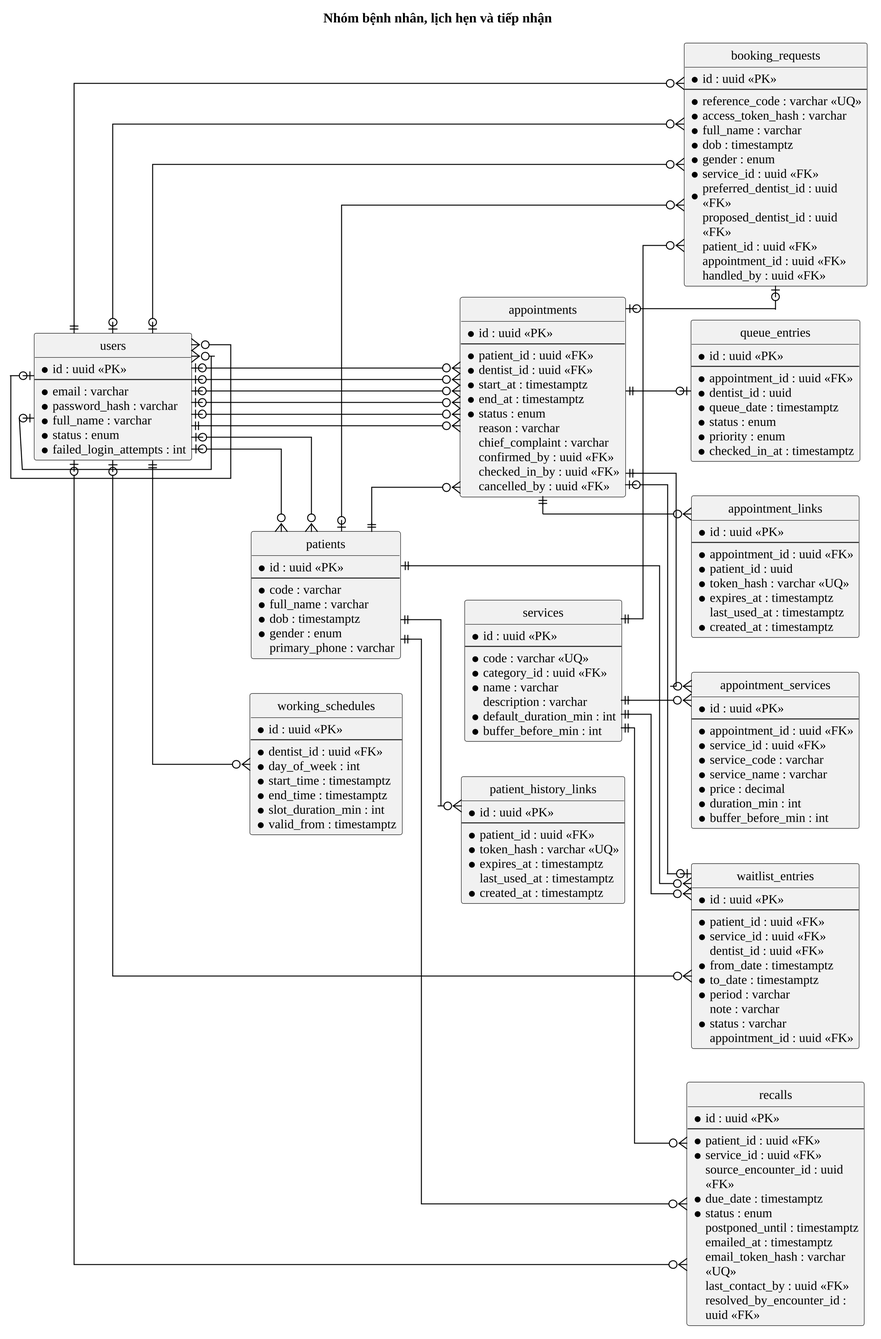
This is docs/10_Thesis/bao-cao/hinh/3-2-erd-benh-nhan-lich-hen.png from Trantuan0310/dental-clinic-nestjs-react, a PlantUML export, as it was before one commit.
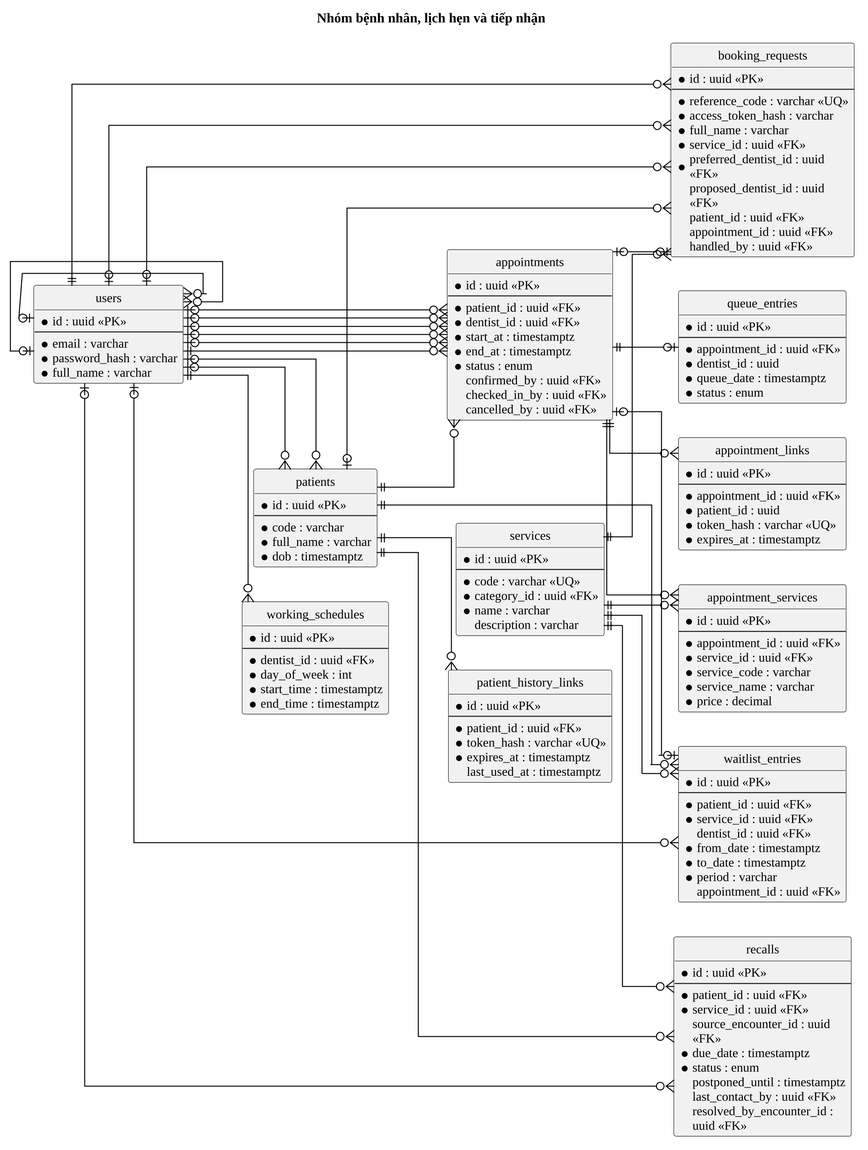
Later version of the same file.

The edit, as a diff of the source:
```diff
@@ -12,8 +12,6 @@
   * code : varchar
   * full_name : varchar
   * dob : timestamptz
-  * gender : enum
-  primary_phone : varchar
 }
 entity "appointments" as Appointment {
   * id : uuid <<PK>>
@@ -23,8 +21,6 @@
   * start_at : timestamptz
   * end_at : timestamptz
   * status : enum
-  reason : varchar
-  chief_complaint : varchar
   confirmed_by : uuid <<FK>>
   checked_in_by : uuid <<FK>>
   cancelled_by : uuid <<FK>>
@@ -37,8 +33,6 @@
   * service_code : varchar
   * service_name : varchar
   * price : decimal
-  * duration_min : int
-  * buffer_before_min : int
 }
 entity "services" as Service {
   * id : uuid <<PK>>
@@ -47,8 +41,6 @@
   * category_id : uuid <<FK>>
   * name : varchar
   description : varchar
-  * default_duration_min : int
-  * buffer_before_min : int
 }
 entity "booking_requests" as BookingRequest {
   * id : uuid <<PK>>
@@ -56,8 +48,6 @@
   * reference_code : varchar <<UQ>>
   * access_token_hash : varchar
   * full_name : varchar
-  * dob : timestamptz
-  * gender : enum
   * service_id : uuid <<FK>>
   * preferred_dentist_id : uuid <<FK>>
   proposed_dentist_id : uuid <<FK>>
@@ -72,8 +62,6 @@
   * dentist_id : uuid
   * queue_date : timestamptz
   * status : enum
-  * priority : enum
-  * checked_in_at : timestamptz
 }
 entity "working_schedules" as WorkingSchedule {
   * id : uuid <<PK>>
@@ -82,8 +70,6 @@
   * day_of_week : int
   * start_time : timestamptz
   * end_time : timestamptz
-  * slot_duration_min : int
-  * valid_from : timestamptz
 }
 entity "appointment_links" as AppointmentLink {
   * id : uuid <<PK>>
@@ -92,8 +78,6 @@
   * patient_id : uuid
   * token_hash : varchar <<UQ>>
   * expires_at : timestamptz
-  last_used_at : timestamptz
-  * created_at : timestamptz
 }
 entity "patient_history_links" as PatientHistoryLink {
   * id : uuid <<PK>>
@@ -102,7 +86,6 @@
   * token_hash : varchar <<UQ>>
   * expires_at : timestamptz
   last_used_at : timestamptz
-  * created_at : timestamptz
 }
 entity "waitlist_entries" as WaitlistEntry {
   * id : uuid <<PK>>
@@ -113,8 +96,6 @@
   * from_date : timestamptz
   * to_date : timestamptz
   * period : varchar
-  note : varchar
-  * status : varchar
   appointment_id : uuid <<FK>>
 }
 entity "recalls" as Recall {
@@ -126,8 +107,6 @@
   * due_date : timestamptz
   * status : enum
   postponed_until : timestamptz
-  emailed_at : timestamptz
-  email_token_hash : varchar <<UQ>>
   last_contact_by : uuid <<FK>>
   resolved_by_encounter_id : uuid <<FK>>
 }
@@ -137,8 +116,6 @@
   * email : varchar
   * password_hash : varchar
   * full_name : varchar
-  * status : enum
-  * failed_login_attempts : int
 }
 
 User |o--o{ Patient
```
